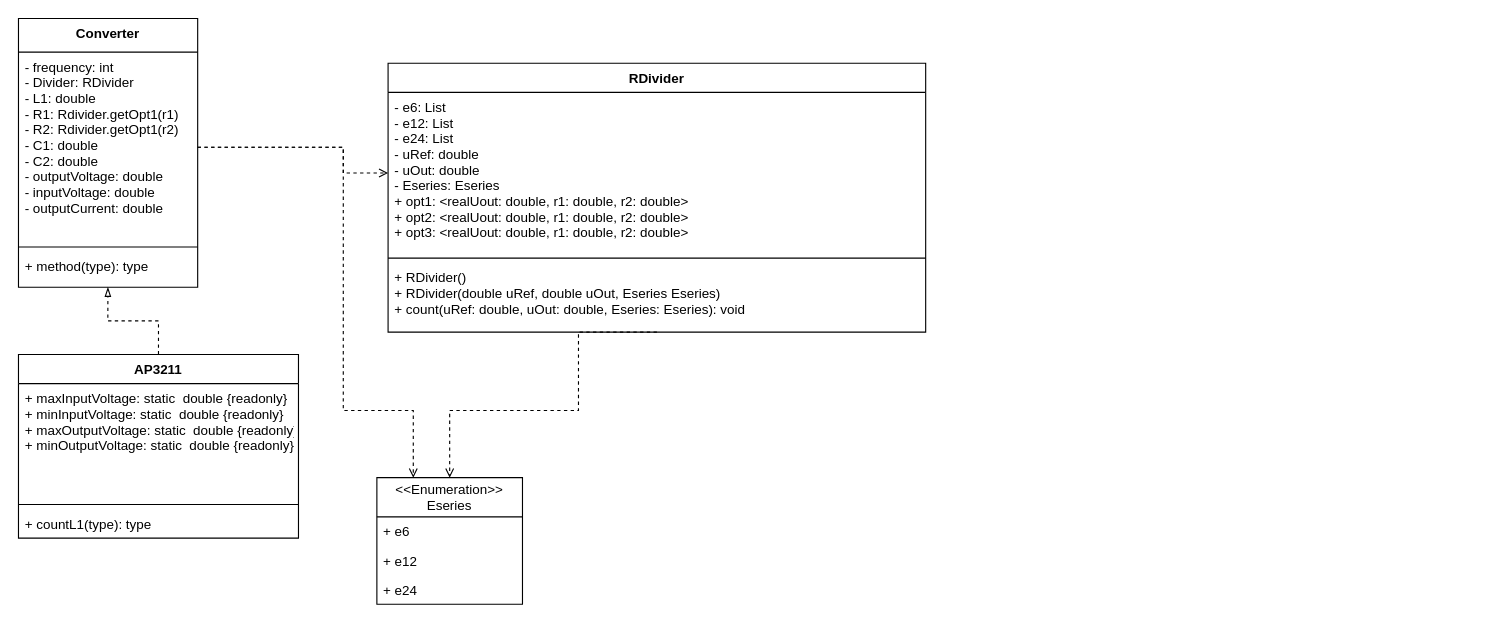
This is diagram.drawio from Adik0160/converterDC, a draw.io file, before an edit. Source tidied: cells renumbered, new cells numbered last; positions are measured from the earlier drawing's top-left corner, leaving out a move shared by most shapes. Both pictures are drawn from the tidied source at 112%, with x=0, y=0 at pixel (18, 18).
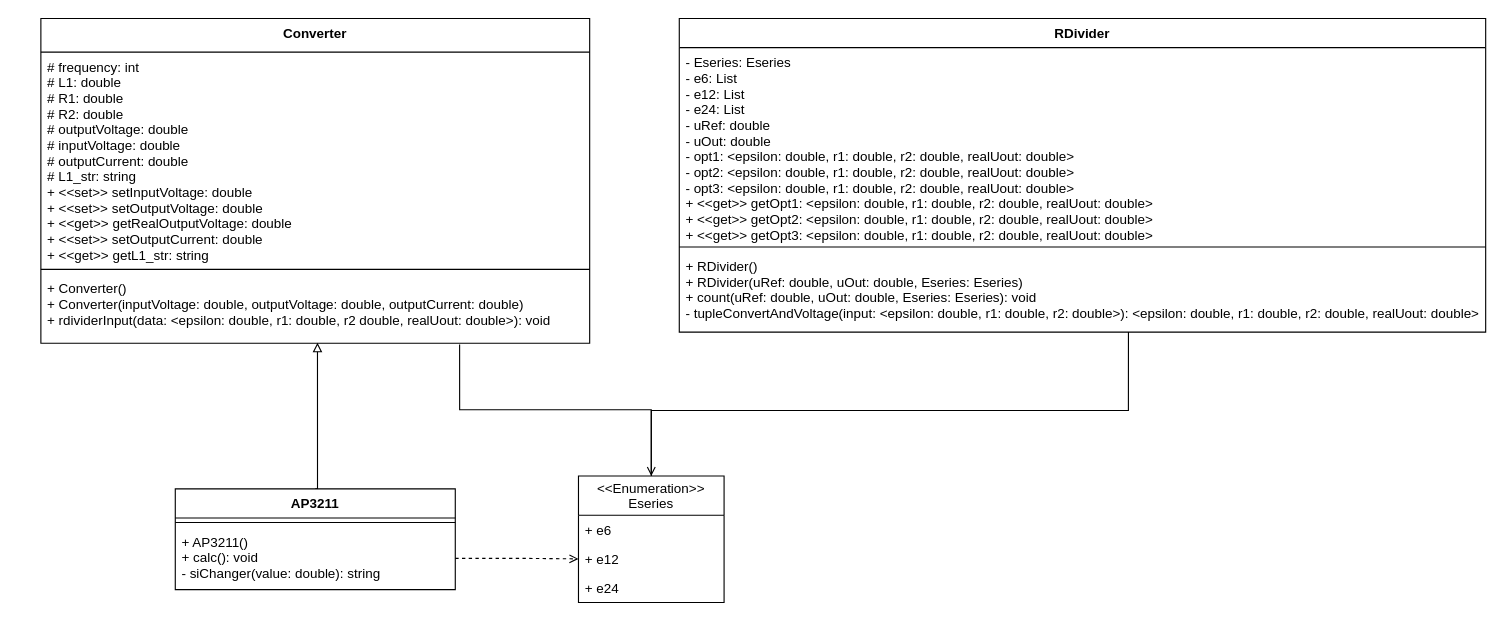
After the change.

Unchanged cells that the change refers to:
```xml
<mxCell id="15" value="+ e12" style="text;strokeColor=none;fillColor=none;align=left;verticalAlign=top;spacingLeft=4;spacingRight=4;overflow=hidden;points=[[0,0.5],[1,0.5]];portConstraint=eastwest;" parent="13" vertex="1">
  <mxGeometry y="61" width="130" height="26" as="geometry" />
</mxCell>
```

What changed in the source:
```diff
@@
-    <mxCell id="2" style="edgeStyle=orthogonalEdgeStyle;rounded=0;jettySize=auto;html=1;exitX=0.5;exitY=0;exitDx=0;exitDy=0;entryX=0.499;entryY=1;entryDx=0;entryDy=0;entryPerimeter=0;dashed=1;endArrow=blockThin;endFill=0;" parent="1" edge="1" source="7" target="6">
-      <mxGeometry relative="1" as="geometry" />
+    <mxCell id="2" style="edgeStyle=orthogonalEdgeStyle;rounded=0;jettySize=auto;html=1;exitX=0.5;exitY=0;exitDx=0;exitDy=0;entryX=0.504;entryY=0.991;entryDx=0;entryDy=0;entryPerimeter=0;endArrow=block;endFill=0;" parent="1" edge="1" source="7" target="6">
+      <mxGeometry relative="1" as="geometry">
+        <Array as="points">
+          <mxPoint x="267" y="420" />
+        </Array>
+      </mxGeometry>
     </mxCell>
+    <mxCell id="22" style="edgeStyle=orthogonalEdgeStyle;rounded=0;jettySize=auto;html=1;exitX=0.5;exitY=0;exitDx=0;exitDy=0;entryX=0.763;entryY=1.016;entryDx=0;entryDy=0;entryPerimeter=0;endArrow=none;endFill=0;" parent="1" edge="1" source="13" target="6">
+      <mxGeometry relative="1" as="geometry" />
+    </mxCell>
+    <mxCell id="23" style="edgeStyle=orthogonalEdgeStyle;rounded=0;jettySize=auto;html=1;exitX=0.5;exitY=0;exitDx=0;exitDy=0;entryX=0.557;entryY=1;entryDx=0;entryDy=0;entryPerimeter=0;endArrow=none;endFill=0;startArrow=open;startFill=0;" parent="1" edge="1" source="13" target="21">
+      <mxGeometry relative="1" as="geometry">
+        <Array as="points">
+          <mxPoint x="565" y="350" />
+          <mxPoint x="991" y="350" />
+        </Array>
+      </mxGeometry>
+    </mxCell>
+    <mxCell id="24" style="edgeStyle=orthogonalEdgeStyle;rounded=0;jettySize=auto;html=1;exitX=1;exitY=0.5;exitDx=0;exitDy=0;entryX=0;entryY=0.5;entryDx=0;entryDy=0;startArrow=none;startFill=0;endArrow=open;endFill=0;dashed=1;" parent="1" edge="1" source="10" target="15">
+      <mxGeometry relative="1" as="geometry">
+        <Array as="points">
+          <mxPoint x="445" y="482" />
+        </Array>
+      </mxGeometry>
+    </mxCell>
     <mxCell id="3" value="Converter" style="swimlane;fontStyle=1;align=center;verticalAlign=top;horizontal=1;startSize=30;" parent="1" vertex="1">
-      <mxGeometry width="160" height="240" as="geometry" />
+      <mxGeometry x="20" width="490" height="290" as="geometry" />
     </mxCell>
-    <mxCell id="4" value="- frequency: int&#10;- Divider: RDivider&#10;- L1: double&#10;- R1: Rdivider.getOpt1(r1)&#10;- R2: Rdivider.getOpt1(r2)&#10;- C1: double&#10;- C2: double&#10;- outputVoltage: double&#10;- inputVoltage: double&#10;- outputCurrent: double" style="text;strokeColor=none;fillColor=none;align=left;verticalAlign=top;spacingLeft=4;spacingRight=4;overflow=hidden;points=[[0,0.5],[1,0.5]];portConstraint=eastwest;" parent="3" vertex="1">
-      <mxGeometry y="30" width="160" height="170" as="geometry" />
+    <mxCell id="4" value="# frequency: int&#10;# L1: double&#10;# R1: double&#10;# R2: double&#10;# outputVoltage: double&#10;# inputVoltage: double&#10;# outputCurrent: double&#10;# L1_str: string&#10;+ &lt;&lt;set&gt;&gt; setInputVoltage: double&#10;+ &lt;&lt;set&gt;&gt; setOutputVoltage: double&#10;+ &lt;&lt;get&gt;&gt; getRealOutputVoltage: double&#10;+ &lt;&lt;set&gt;&gt; setOutputCurrent: double&#10;+ &lt;&lt;get&gt;&gt; getL1_str: string&#10;" style="text;strokeColor=none;fillColor=none;align=left;verticalAlign=top;spacingLeft=4;spacingRight=4;overflow=hidden;points=[[0,0.5],[1,0.5]];portConstraint=eastwest;" parent="3" vertex="1">
+      <mxGeometry y="30" width="490" height="190" as="geometry" />
     </mxCell>
     <mxCell id="5" style="line;strokeWidth=1;fillColor=none;align=left;verticalAlign=middle;spacingTop=-1;spacingLeft=3;spacingRight=3;labelPosition=right;" parent="3" vertex="1">
-      <mxGeometry y="200" width="160" height="8" as="geometry" />
+      <mxGeometry y="220" width="490" height="8" as="geometry" />
     </mxCell>
-    <mxCell id="6" value="+ method(type): type" style="text;strokeColor=none;fillColor=none;align=left;verticalAlign=top;spacingLeft=4;spacingRight=4;overflow=hidden;points=[[0,0.5],[1,0.5]];portConstraint=eastwest;" parent="3" vertex="1">
-      <mxGeometry y="208" width="160" height="32" as="geometry" />
+    <mxCell id="6" value="+ Converter()&#10;+ Converter(inputVoltage: double, outputVoltage: double, outputCurrent: double)&#10;+ rdividerInput(data: &lt;epsilon: double, r1: double, r2 double, realUout: double&gt;): void" style="text;strokeColor=none;fillColor=none;align=left;verticalAlign=top;spacingLeft=4;spacingRight=4;overflow=hidden;points=[[0,0.5],[1,0.5]];portConstraint=eastwest;" parent="3" vertex="1">
+      <mxGeometry y="228" width="490" height="62" as="geometry" />
     </mxCell>
     <mxCell id="7" value="AP3211" style="swimlane;fontStyle=1;align=center;verticalAlign=top;horizontal=1;startSize=26;" parent="1" vertex="1">
-      <mxGeometry y="300" width="250" height="164" as="geometry" />
+      <mxGeometry x="140" y="420" width="250" height="90" as="geometry" />
     </mxCell>
-    <mxCell id="8" value="+ maxInputVoltage: static  double {readonly}&#10;+ minInputVoltage: static  double {readonly}&#10;+ maxOutputVoltage: static  double {readonly}&#10;+ minOutputVoltage: static  double {readonly}" style="text;strokeColor=none;fillColor=none;align=left;verticalAlign=top;spacingLeft=4;spacingRight=4;overflow=hidden;" parent="7" vertex="1">
-      <mxGeometry y="26" width="250" height="104" as="geometry" />
-    </mxCell>
     <mxCell id="9" style="line;strokeWidth=1;fillColor=none;align=left;verticalAlign=middle;spacingTop=-1;spacingLeft=3;spacingRight=3;labelPosition=right;" parent="7" vertex="1">
-      <mxGeometry y="130" width="250" height="8" as="geometry" />
+      <mxGeometry y="26" width="250" height="8" as="geometry" />
     </mxCell>
-    <mxCell id="10" value="+ countL1(type): type" style="text;strokeColor=none;fillColor=none;align=left;verticalAlign=top;spacingLeft=4;spacingRight=4;overflow=hidden;points=[[0,0.5],[1,0.5]];portConstraint=eastwest;" parent="7" vertex="1">
-      <mxGeometry y="138" width="250" height="26" as="geometry" />
+    <mxCell id="10" value="+ AP3211()&#10;+ calc(): void&#10;- siChanger(value: double): string" style="text;strokeColor=none;fillColor=none;align=left;verticalAlign=top;spacingLeft=4;spacingRight=4;overflow=hidden;points=[[0,0.5],[1,0.5]];portConstraint=eastwest;" parent="7" vertex="1">
+      <mxGeometry y="34" width="250" height="56" as="geometry" />
     </mxCell>
-    <mxCell id="11" style="edgeStyle=orthogonalEdgeStyle;rounded=0;jettySize=auto;html=1;exitX=0.5;exitY=1;exitDx=0;exitDy=0;entryX=0.5;entryY=0;entryDx=0;entryDy=0;dashed=1;endArrow=open;endFill=0;" parent="1" edge="1" source="18" target="13">
-      <mxGeometry relative="1" as="geometry">
-        <Array as="points">
-          <mxPoint x="500" y="350" />
-          <mxPoint x="385" y="350" />
-        </Array>
-      </mxGeometry>
-    </mxCell>
-    <mxCell id="12" style="edgeStyle=orthogonalEdgeStyle;rounded=0;jettySize=auto;html=1;exitX=1;exitY=0.5;exitDx=0;exitDy=0;dashed=1;endArrow=open;endFill=0;entryX=0;entryY=0.5;entryDx=0;entryDy=0;" parent="1" edge="1" source="4" target="19">
-      <mxGeometry relative="1" as="geometry">
-        <Array as="points">
-          <mxPoint x="290" y="115" />
-          <mxPoint x="290" y="138" />
-        </Array>
-      </mxGeometry>
-    </mxCell>
+    <mxCell id="18" value="RDivider" style="swimlane;fontStyle=1;align=center;verticalAlign=top;horizontal=1;startSize=26;" parent="1" vertex="1">
+      <mxGeometry x="590" width="720" height="280" as="geometry" />
+    </mxCell>
+    <mxCell id="19" value="- Eseries: Eseries&#10;- e6: List&#10;- e12: List&#10;- e24: List&#10;- uRef: double&#10;- uOut: double&#10;- opt1: &lt;epsilon: double, r1: double, r2: double, realUout: double&gt;&#10;- opt2: &lt;epsilon: double, r1: double, r2: double, realUout: double&gt;&#10;- opt3: &lt;epsilon: double, r1: double, r2: double, realUout: double&gt;&#10;+ &lt;&lt;get&gt;&gt; getOpt1: &lt;epsilon: double, r1: double, r2: double, realUout: double&gt;&#10;+ &lt;&lt;get&gt;&gt; getOpt2: &lt;epsilon: double, r1: double, r2: double, realUout: double&gt;&#10;+ &lt;&lt;get&gt;&gt; getOpt3: &lt;epsilon: double, r1: double, r2: double, realUout: double&gt;" style="text;strokeColor=none;fillColor=none;align=left;verticalAlign=top;spacingLeft=4;spacingRight=4;overflow=hidden;points=[[0,0.5],[1,0.5]];portConstraint=eastwest;" parent="18" vertex="1">
+      <mxGeometry y="26" width="720" height="174" as="geometry" />
+    </mxCell>
+    <mxCell id="20" style="line;strokeWidth=1;fillColor=none;align=left;verticalAlign=middle;spacingTop=-1;spacingLeft=3;spacingRight=3;labelPosition=right;" parent="18" vertex="1">
+      <mxGeometry y="200" width="720" height="8" as="geometry" />
+    </mxCell>
+    <mxCell id="21" value="+ RDivider()&#10;+ RDivider(uRef: double, uOut: double, Eseries: Eseries)&#10;+ count(uRef: double, uOut: double, Eseries: Eseries): void&#10;- tupleConvertAndVoltage(input: &lt;epsilon: double, r1: double, r2: double&gt;): &lt;epsilon: double, r1: double, r2: double, realUout: double&gt;" style="text;strokeColor=none;fillColor=none;align=left;verticalAlign=top;spacingLeft=4;spacingRight=4;overflow=hidden;points=[[0,0.5],[1,0.5]];portConstraint=eastwest;" parent="18" vertex="1">
+      <mxGeometry y="208" width="720" height="72" as="geometry" />
+    </mxCell>
     <mxCell id="13" value="&lt;&lt;Enumeration&gt;&gt;&#10;Eseries" style="swimlane;fontStyle=0;horizontal=1;startSize=35;fillColor=none;" parent="1" vertex="1">
-      <mxGeometry x="320" y="410" width="130" height="113" as="geometry" />
+      <mxGeometry x="500" y="408.5" width="130" height="113" as="geometry" />
     </mxCell>
@@
-    <mxCell id="17" style="edgeStyle=orthogonalEdgeStyle;rounded=0;jettySize=auto;html=1;exitX=1;exitY=0.5;exitDx=0;exitDy=0;entryX=0.25;entryY=0;entryDx=0;entryDy=0;dashed=1;endArrow=open;endFill=0;" parent="1" edge="1" source="4" target="13">
-      <mxGeometry relative="1" as="geometry">
-        <Array as="points">
-          <mxPoint x="290" y="115" />
-          <mxPoint x="290" y="350" />
-          <mxPoint x="353" y="350" />
-        </Array>
-      </mxGeometry>
-    </mxCell>
-    <mxCell id="18" value="RDivider" style="swimlane;fontStyle=1;align=center;verticalAlign=top;horizontal=1;startSize=26;" parent="1" vertex="1">
-      <mxGeometry x="330" y="40" width="480" height="240" as="geometry" />
-    </mxCell>
-    <mxCell id="19" value="- e6: List&#10;- e12: List&#10;- e24: List&#10;- uRef: double&#10;- uOut: double&#10;- Eseries: Eseries&#10;+ opt1: &lt;realUout: double, r1: double, r2: double&gt;&#10;+ opt2: &lt;realUout: double, r1: double, r2: double&gt;&#10;+ opt3: &lt;realUout: double, r1: double, r2: double&gt;" style="text;strokeColor=none;fillColor=none;align=left;verticalAlign=top;spacingLeft=4;spacingRight=4;overflow=hidden;points=[[0,0.5],[1,0.5]];portConstraint=eastwest;" parent="18" vertex="1">
-      <mxGeometry y="26" width="480" height="144" as="geometry" />
-    </mxCell>
-    <mxCell id="20" style="line;strokeWidth=1;fillColor=none;align=left;verticalAlign=middle;spacingTop=-1;spacingLeft=3;spacingRight=3;labelPosition=right;" parent="18" vertex="1">
-      <mxGeometry y="170" width="480" height="8" as="geometry" />
-    </mxCell>
-    <mxCell id="21" value="+ RDivider()&#10;+ RDivider(double uRef, double uOut, Eseries Eseries)&#10;+ count(uRef: double, uOut: double, Eseries: Eseries): void" style="text;strokeColor=none;fillColor=none;align=left;verticalAlign=top;spacingLeft=4;spacingRight=4;overflow=hidden;points=[[0,0.5],[1,0.5]];portConstraint=eastwest;" parent="18" vertex="1">
-      <mxGeometry y="178" width="480" height="62" as="geometry" />
-    </mxCell>
```
